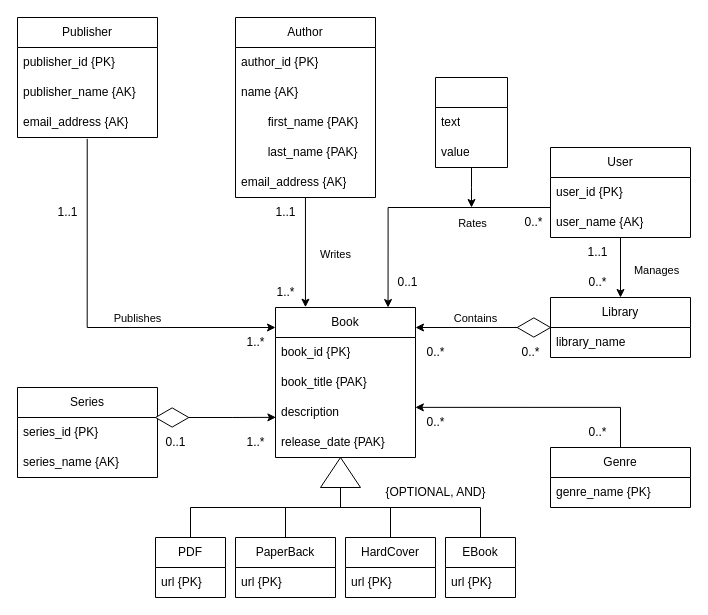
Above: documents/vl_conceptual_design_alt.drawio in jackeinbinder01/VirtualLibrary (draw.io), before the change. Source tidied: cells renumbered, new cells numbered last; positions are measured from the earlier drawing's top-left corner, leaving out a move shared by most shapes. Both pictures are drawn from the tidied source at 100%, with x=0, y=0 at pixel (17, 17).
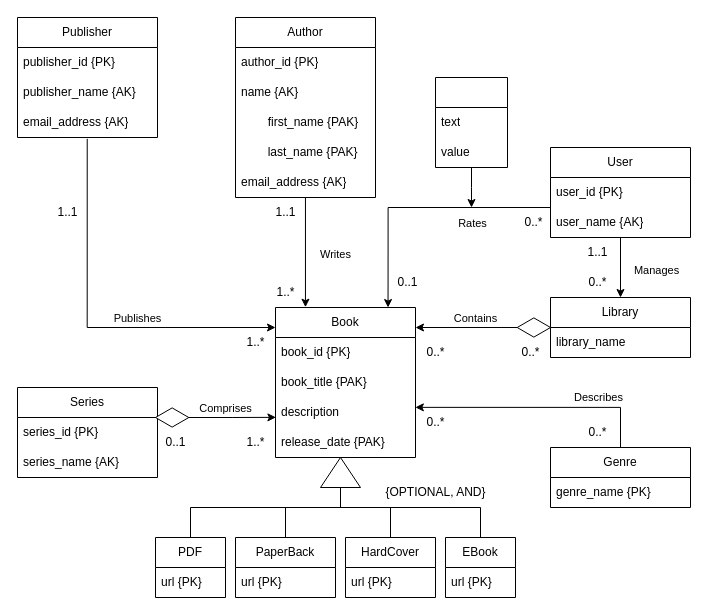
After the change.

Commit message (it also covers changes not shown here):
alt ERD updated

Unchanged cells that the change refers to:
```xml
<mxCell id="71" style="edgeStyle=orthogonalEdgeStyle;rounded=0;jettySize=auto;html=1;entryX=0.003;entryY=0.662;entryDx=0;entryDy=0;entryPerimeter=0;" parent="1" edge="1" source="46" target="12">
  <mxGeometry relative="1" as="geometry" />
</mxCell>
<mxCell id="72" style="edgeStyle=orthogonalEdgeStyle;rounded=0;jettySize=auto;html=1;entryX=0.999;entryY=0.329;entryDx=0;entryDy=0;entryPerimeter=0;" parent="1" edge="1" source="32" target="12">
  <mxGeometry relative="1" as="geometry">
    <Array as="points">
      <mxPoint x="603" y="390" />
    </Array>
  </mxGeometry>
</mxCell>
```

Diff of the diagram source:
```diff
@@
+    <mxCell id="73" value="Comprises" style="edgeLabel;html=1;align=center;verticalAlign=middle;" parent="71" vertex="1">
+      <mxGeometry x="-0.28" relative="1" as="geometry">
+        <mxPoint x="5" y="-10" as="offset" />
+      </mxGeometry>
+    </mxCell>
@@
+    <mxCell id="74" value="Describes" style="edgeLabel;html=1;align=center;verticalAlign=middle;" parent="72" vertex="1">
+      <mxGeometry x="-0.3" relative="1" as="geometry">
+        <mxPoint x="23" y="-10" as="offset" />
+      </mxGeometry>
+    </mxCell>
```
